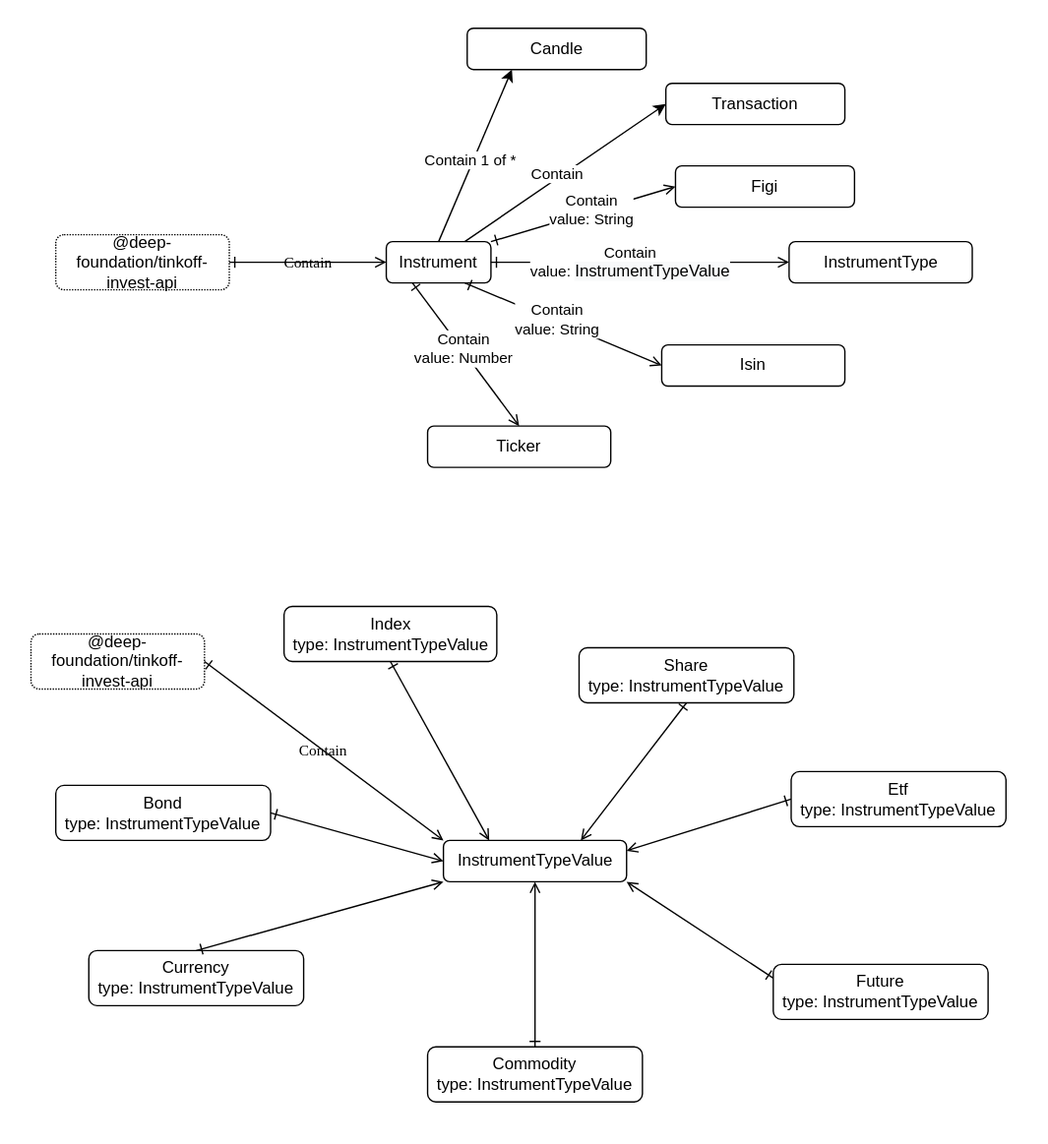
suenot/deep-tinkoff-invest-api keeps this draw.io diagram as src/instrument/Instrument.drawio.svg. Above is the earlier version. Source tidied: cells renumbered, new cells last; positions are measured from the earlier drawing's top-left corner, leaving out a move shared by most shapes.
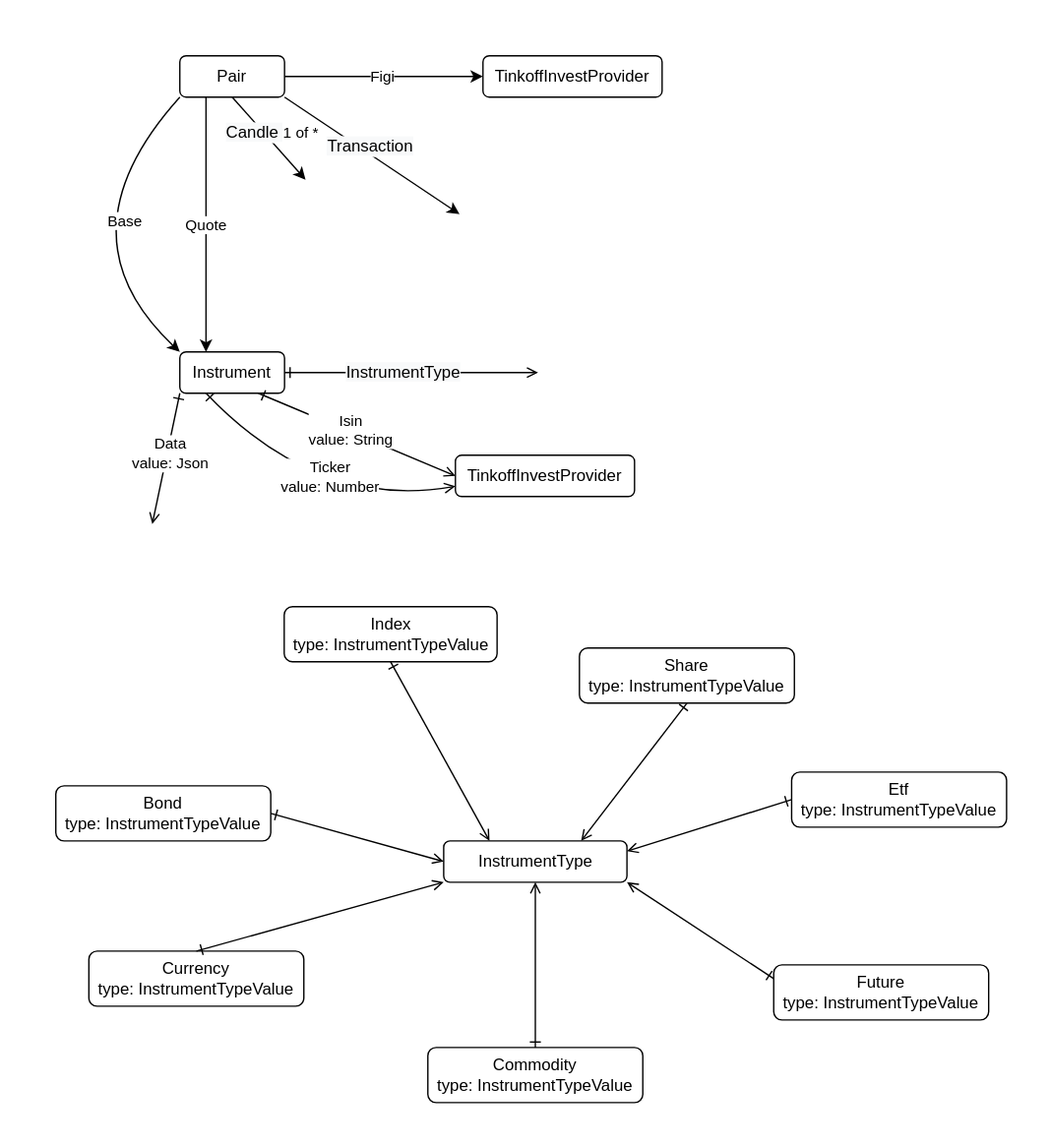
The same file after the commit.

Change to the diagram source:
```diff
@@ -5,36 +5,10 @@
     <mxCell id="2" style="rounded=0;whiteSpace=wrap;html=1;strokeColor=none;" parent="1" vertex="1">
       <mxGeometry width="760" height="830" as="geometry" />
     </mxCell>
-    <mxCell id="3" style="edgeStyle=none;html=1;exitX=1;exitY=0;exitDx=0;exitDy=0;entryX=0;entryY=0.5;entryDx=0;entryDy=0;startArrow=ERone;startFill=0;endArrow=open;endFill=0;" parent="1" edge="1" source="7" target="8">
-      <mxGeometry relative="1" as="geometry" />
-    </mxCell>
-    <mxCell id="4" value="Contain&lt;br&gt;value: String" style="edgeLabel;html=1;align=center;verticalAlign=middle;" parent="3" vertex="1">
-      <mxGeometry x="0.08" y="2" relative="1" as="geometry" />
-    </mxCell>
-    <mxCell id="5" style="edgeStyle=none;html=1;exitX=0.75;exitY=0;exitDx=0;exitDy=0;entryX=0;entryY=0.5;entryDx=0;entryDy=0;" parent="1" edge="1" source="7" target="37">
-      <mxGeometry relative="1" as="geometry" />
-    </mxCell>
-    <mxCell id="6" value="Contain" style="edgeLabel;html=1;align=center;verticalAlign=middle;" parent="5" vertex="1">
-      <mxGeometry x="-0.08" y="4" relative="1" as="geometry">
-        <mxPoint x="1" as="offset" />
-      </mxGeometry>
-    </mxCell>
-    <mxCell id="7" value="Instrument" style="rounded=1;whiteSpace=wrap;html=1;labelBackgroundColor=none;" parent="1" vertex="1">
-      <mxGeometry x="280" y="175" width="76" height="30" as="geometry" />
-    </mxCell>
-    <mxCell id="8" value="Figi" style="rounded=1;whiteSpace=wrap;html=1;labelBackgroundColor=none;" parent="1" vertex="1">
-      <mxGeometry x="490" y="120" width="130" height="30" as="geometry" />
-    </mxCell>
-    <mxCell id="9" value="@deep-foundation/tinkoff-invest-api" style="rounded=1;whiteSpace=wrap;html=1;labelBackgroundColor=none;dashed=1;dashPattern=1 1;" parent="1" vertex="1">
-      <mxGeometry x="40" y="170" width="126" height="40" as="geometry" />
-    </mxCell>
-    <mxCell id="10" value="Contain" style="jettySize=auto;html=1;shadow=0;labelBackgroundColor=none;startArrow=ERone;startFill=0;endArrow=open;endFill=0;fontColor=#000000;fontFamily=Comic Sans MS;entryX=0;entryY=0.5;entryDx=0;entryDy=0;exitX=1;exitY=0.5;exitDx=0;exitDy=0;" parent="1" edge="1" source="9" target="7">
-      <mxGeometry relative="1" as="geometry" />
-    </mxCell>
     <mxCell id="11" style="edgeStyle=none;html=1;exitX=0;exitY=0.5;exitDx=0;exitDy=0;startArrow=ERone;startFill=0;endArrow=open;endFill=0;entryX=1;entryY=0.25;entryDx=0;entryDy=0;strokeColor=#000000;" parent="1" edge="1" source="14" target="12">
       <mxGeometry relative="1" as="geometry" />
     </mxCell>
-    <mxCell id="12" value="InstrumentTypeValue" style="rounded=1;whiteSpace=wrap;html=1;labelBackgroundColor=none;" parent="1" vertex="1">
+    <mxCell id="12" value="&lt;span&gt;InstrumentType&lt;/span&gt;" style="rounded=1;whiteSpace=wrap;html=1;labelBackgroundColor=none;" parent="1" vertex="1">
       <mxGeometry x="321.5" y="610" width="133" height="30" as="geometry" />
     </mxCell>
     <mxCell id="13" value="Share&lt;br&gt;type: InstrumentTypeValue" style="rounded=1;whiteSpace=wrap;html=1;labelBackgroundColor=none;" parent="1" vertex="1">
@@ -58,33 +32,6 @@
     <mxCell id="19" value="Bond&lt;br&gt;type: InstrumentTypeValue" style="rounded=1;whiteSpace=wrap;html=1;labelBackgroundColor=none;" parent="1" vertex="1">
       <mxGeometry x="40" y="570" width="156" height="40" as="geometry" />
     </mxCell>
-    <mxCell id="20" style="edgeStyle=none;html=1;exitX=1;exitY=0.5;exitDx=0;exitDy=0;startArrow=ERone;startFill=0;entryX=0;entryY=0.5;entryDx=0;entryDy=0;endArrow=open;endFill=0;" parent="1" edge="1" source="7" target="22">
-      <mxGeometry relative="1" as="geometry" />
-    </mxCell>
-    <mxCell id="21" value="Contain&lt;br&gt;value:&amp;nbsp;&lt;span style=&quot;font-size: 12px ; background-color: rgb(248 , 249 , 250)&quot;&gt;InstrumentTypeValue&lt;/span&gt;" style="edgeLabel;html=1;align=center;verticalAlign=middle;" parent="20" vertex="1">
-      <mxGeometry x="-0.07" y="1" relative="1" as="geometry" />
-    </mxCell>
-    <mxCell id="22" value="InstrumentType" style="rounded=1;whiteSpace=wrap;html=1;labelBackgroundColor=none;" parent="1" vertex="1">
-      <mxGeometry x="572.5" y="175" width="133" height="30" as="geometry" />
-    </mxCell>
-    <mxCell id="23" value="Ticker" style="rounded=1;whiteSpace=wrap;html=1;labelBackgroundColor=none;" parent="1" vertex="1">
-      <mxGeometry x="310" y="309" width="133" height="30" as="geometry" />
-    </mxCell>
-    <mxCell id="24" style="edgeStyle=none;html=1;exitX=0.25;exitY=1;exitDx=0;exitDy=0;startArrow=ERone;startFill=0;entryX=0.5;entryY=0;entryDx=0;entryDy=0;endArrow=open;endFill=0;" parent="1" edge="1" source="7" target="23">
-      <mxGeometry relative="1" as="geometry" />
-    </mxCell>
-    <mxCell id="25" value="Contain&lt;br&gt;value: Number" style="edgeLabel;html=1;align=center;verticalAlign=middle;" parent="24" vertex="1">
-      <mxGeometry x="-0.07" y="1" relative="1" as="geometry" />
-    </mxCell>
-    <mxCell id="26" value="Isin" style="rounded=1;whiteSpace=wrap;html=1;labelBackgroundColor=none;" parent="1" vertex="1">
-      <mxGeometry x="480" y="250" width="133" height="30" as="geometry" />
-    </mxCell>
-    <mxCell id="27" style="edgeStyle=none;html=1;exitX=0.75;exitY=1;exitDx=0;exitDy=0;startArrow=ERone;startFill=0;entryX=0;entryY=0.5;entryDx=0;entryDy=0;endArrow=open;endFill=0;" parent="1" edge="1" source="7" target="26">
-      <mxGeometry relative="1" as="geometry" />
-    </mxCell>
-    <mxCell id="28" value="Contain&lt;br&gt;value: String" style="edgeLabel;html=1;align=center;verticalAlign=middle;" parent="27" vertex="1">
-      <mxGeometry x="-0.07" y="1" relative="1" as="geometry" />
-    </mxCell>
     <mxCell id="29" style="edgeStyle=none;html=1;entryX=0.5;entryY=1;entryDx=0;entryDy=0;startArrow=ERone;startFill=0;endArrow=open;endFill=0;exitX=0.5;exitY=0;exitDx=0;exitDy=0;strokeColor=#000000;" parent="1" edge="1" source="16" target="12">
       <mxGeometry relative="1" as="geometry" />
     </mxCell>
@@ -103,25 +50,92 @@
     <mxCell id="34" style="edgeStyle=none;html=1;exitX=0.5;exitY=1;exitDx=0;exitDy=0;startArrow=ERone;startFill=0;endArrow=open;endFill=0;entryX=0.75;entryY=0;entryDx=0;entryDy=0;strokeColor=#000000;" parent="1" edge="1" source="13" target="12">
       <mxGeometry relative="1" as="geometry" />
     </mxCell>
-    <mxCell id="35" value="@deep-foundation/tinkoff-invest-api" style="rounded=1;whiteSpace=wrap;html=1;labelBackgroundColor=none;dashed=1;dashPattern=1 1;" parent="1" vertex="1">
-      <mxGeometry x="22" y="460" width="126" height="40" as="geometry" />
-    </mxCell>
-    <mxCell id="36" value="Contain" style="jettySize=auto;html=1;shadow=0;labelBackgroundColor=none;startArrow=ERone;startFill=0;endArrow=open;endFill=0;fontColor=#000000;fontFamily=Comic Sans MS;entryX=0;entryY=0;entryDx=0;entryDy=0;exitX=1;exitY=0.5;exitDx=0;exitDy=0;" parent="1" edge="1" source="35" target="12">
-      <mxGeometry relative="1" as="geometry" />
-    </mxCell>
-    <mxCell id="37" value="Transaction" style="rounded=1;whiteSpace=wrap;html=1;labelBackgroundColor=none;" parent="1" vertex="1">
-      <mxGeometry x="483" y="60" width="130" height="30" as="geometry" />
-    </mxCell>
-    <mxCell id="38" value="Candle" style="rounded=1;whiteSpace=wrap;html=1;labelBackgroundColor=none;" parent="1" vertex="1">
-      <mxGeometry x="338.8" y="20" width="130" height="30" as="geometry" />
-    </mxCell>
+    <mxCell id="41" style="group;" parent="1" vertex="1">
+      <mxGeometry x="40" y="40" width="440" height="340" as="geometry" />
+    </mxCell>
+    <mxCell id="5" style="edgeStyle=none;html=1;exitX=1;exitY=1;exitDx=0;exitDy=0;entryX=0;entryY=0.5;entryDx=0;entryDy=0;" parent="41" edge="1" source="46">
+      <mxGeometry relative="1" as="geometry">
+        <mxPoint x="293" y="115" as="targetPoint" />
+      </mxGeometry>
+    </mxCell>
+    <mxCell id="6" value="&lt;span style=&quot;font-size: 12px ; background-color: rgb(248 , 249 , 250)&quot;&gt;Transaction&lt;/span&gt;" style="edgeLabel;html=1;align=center;verticalAlign=middle;" parent="5" vertex="1">
+      <mxGeometry x="-0.08" y="4" relative="1" as="geometry">
+        <mxPoint x="1" as="offset" />
+      </mxGeometry>
+    </mxCell>
+    <mxCell id="7" value="Instrument" style="rounded=1;whiteSpace=wrap;html=1;labelBackgroundColor=none;" parent="41" vertex="1">
+      <mxGeometry x="90" y="215" width="76" height="30" as="geometry" />
+    </mxCell>
+    <mxCell id="20" style="edgeStyle=none;html=1;exitX=1;exitY=0.5;exitDx=0;exitDy=0;startArrow=ERone;startFill=0;entryX=0;entryY=0.5;entryDx=0;entryDy=0;endArrow=open;endFill=0;" parent="41" edge="1" source="7">
+      <mxGeometry relative="1" as="geometry">
+        <mxPoint x="350" y="230" as="targetPoint" />
+      </mxGeometry>
+    </mxCell>
+    <mxCell id="21" value="&lt;span style=&quot;font-size: 12px ; background-color: rgb(248 , 249 , 250)&quot;&gt;InstrumentType&lt;/span&gt;" style="edgeLabel;html=1;align=center;verticalAlign=middle;" parent="20" vertex="1">
+      <mxGeometry x="-0.07" y="1" relative="1" as="geometry" />
+    </mxCell>
+    <mxCell id="24" style="edgeStyle=none;html=1;exitX=0.25;exitY=1;exitDx=0;exitDy=0;startArrow=ERone;startFill=0;entryX=0;entryY=0.75;entryDx=0;entryDy=0;endArrow=open;endFill=0;curved=1;" parent="41" edge="1" source="7" target="42">
+      <mxGeometry relative="1" as="geometry">
+        <Array as="points">
+          <mxPoint x="190" y="330" />
+        </Array>
+      </mxGeometry>
+    </mxCell>
+    <mxCell id="25" value="Ticker&lt;br&gt;value: Number" style="edgeLabel;html=1;align=center;verticalAlign=middle;" parent="24" vertex="1">
+      <mxGeometry x="-0.07" y="1" relative="1" as="geometry">
+        <mxPoint x="19" y="-12" as="offset" />
+      </mxGeometry>
+    </mxCell>
+    <mxCell id="27" style="edgeStyle=none;html=1;exitX=0.75;exitY=1;exitDx=0;exitDy=0;startArrow=ERone;startFill=0;entryX=0;entryY=0.5;entryDx=0;entryDy=0;endArrow=open;endFill=0;" parent="41" edge="1" source="7">
+      <mxGeometry relative="1" as="geometry">
+        <mxPoint x="290" y="305" as="targetPoint" />
+      </mxGeometry>
+    </mxCell>
+    <mxCell id="28" value="Isin&lt;br&gt;value: String" style="edgeLabel;html=1;align=center;verticalAlign=middle;" parent="27" vertex="1">
+      <mxGeometry x="-0.07" y="1" relative="1" as="geometry" />
+    </mxCell>
-    <mxCell id="39" style="edgeStyle=none;html=1;exitX=0.5;exitY=0;exitDx=0;exitDy=0;entryX=0.25;entryY=1;entryDx=0;entryDy=0;" parent="1" edge="1" source="7" target="38">
-      <mxGeometry relative="1" as="geometry" />
+    <mxCell id="39" style="edgeStyle=none;html=1;exitX=0.5;exitY=1;exitDx=0;exitDy=0;entryX=0.25;entryY=1;entryDx=0;entryDy=0;" parent="41" edge="1" source="46">
+      <mxGeometry relative="1" as="geometry">
+        <mxPoint x="181.2" y="90" as="targetPoint" />
+      </mxGeometry>
     </mxCell>
-    <mxCell id="40" value="Contain 1 of *" style="edgeLabel;html=1;align=center;verticalAlign=middle;" parent="39" vertex="1">
+    <mxCell id="40" value="&lt;span style=&quot;font-size: 12px ; background-color: rgb(248 , 249 , 250)&quot;&gt;Candle&lt;/span&gt;&amp;nbsp;1 of *" style="edgeLabel;html=1;align=center;verticalAlign=middle;" parent="39" vertex="1">
       <mxGeometry x="-0.08" y="4" relative="1" as="geometry">
         <mxPoint x="1" as="offset" />
       </mxGeometry>
     </mxCell>
+    <mxCell id="42" value="TinkoffInvestProvider" style="rounded=1;whiteSpace=wrap;html=1;labelBackgroundColor=none;" parent="41" vertex="1">
+      <mxGeometry x="290" y="290" width="130" height="30" as="geometry" />
+    </mxCell>
+    <mxCell id="43" style="edgeStyle=none;html=1;exitX=0;exitY=1;exitDx=0;exitDy=0;startArrow=ERone;startFill=0;endArrow=open;endFill=0;" parent="41" edge="1" source="7">
+      <mxGeometry relative="1" as="geometry">
+        <mxPoint x="70" y="340" as="targetPoint" />
+      </mxGeometry>
+    </mxCell>
+    <mxCell id="44" value="Data&lt;br&gt;value: Json" style="edgeLabel;html=1;align=center;verticalAlign=middle;" parent="43" vertex="1">
+      <mxGeometry x="-0.07" y="1" relative="1" as="geometry" />
+    </mxCell>
+    <mxCell id="45" value="Quote" style="edgeStyle=none;html=1;exitX=0.25;exitY=1;exitDx=0;exitDy=0;entryX=0.25;entryY=0;entryDx=0;entryDy=0;" parent="41" edge="1" source="46" target="7">
+      <mxGeometry relative="1" as="geometry" />
+    </mxCell>
+    <mxCell id="8" value="Figi" style="edgeStyle=none;curved=1;html=1;exitX=1;exitY=0.5;exitDx=0;exitDy=0;" parent="41" edge="1" source="46">
+      <mxGeometry relative="1" as="geometry">
+        <mxPoint x="310" y="15" as="targetPoint" />
+      </mxGeometry>
+    </mxCell>
+    <mxCell id="46" value="Pair" style="rounded=1;whiteSpace=wrap;html=1;labelBackgroundColor=none;" parent="41" vertex="1">
+      <mxGeometry x="90" width="76" height="30" as="geometry" />
+    </mxCell>
+    <mxCell id="47" value="Base" style="edgeStyle=none;html=1;exitX=0;exitY=1;exitDx=0;exitDy=0;entryX=0;entryY=0;entryDx=0;entryDy=0;curved=1;" parent="41" edge="1" source="46" target="7">
+      <mxGeometry x="-0.27" y="30" relative="1" as="geometry">
+        <Array as="points">
+          <mxPoint y="130" />
+        </Array>
+        <mxPoint x="1" as="offset" />
+      </mxGeometry>
+    </mxCell>
+    <mxCell id="48" value="TinkoffInvestProvider" style="rounded=1;whiteSpace=wrap;html=1;labelBackgroundColor=none;" parent="41" vertex="1">
+      <mxGeometry x="310" width="130" height="30" as="geometry" />
+    </mxCell>
   </root>
 </mxGraphModel>
```
